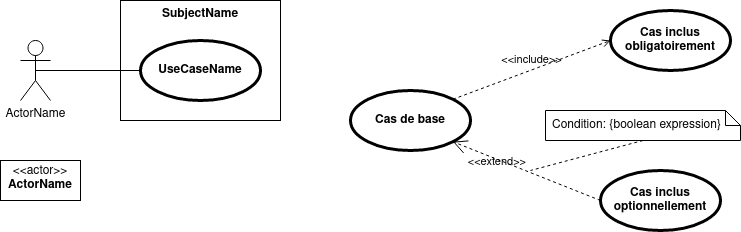
Before: sysml/use_cases.png, a diagram exported from draw.io (Dalker/ISI-mobility). Source tidied: cells renumbered, new cells last; positions are measured from the earlier drawing's top-left corner, leaving out a move shared by most shapes.
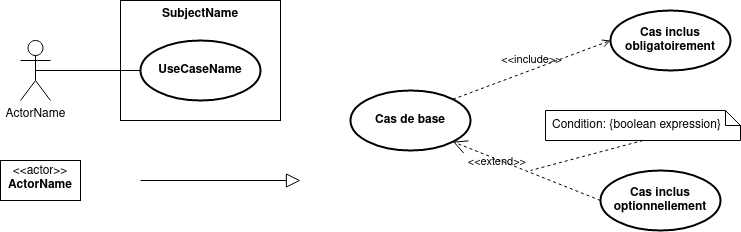
After the commit.

Diff of the diagram source:
```diff
@@ -8,19 +8,19 @@
     <mxCell id="3" value="ActorName" style="shape=umlActor;html=1;verticalLabelPosition=bottom;verticalAlign=top;align=center;" parent="1" vertex="1">
       <mxGeometry x="20" y="40" width="30" height="60" as="geometry" />
     </mxCell>
-    <mxCell id="4" value="UseCaseName" style="shape=ellipse;html=1;strokeWidth=3;fontStyle=1;whiteSpace=wrap;align=center;perimeter=ellipsePerimeter;" parent="1" vertex="1">
+    <mxCell id="4" value="UseCaseName" style="shape=ellipse;html=1;strokeWidth=2;fontStyle=1;whiteSpace=wrap;align=center;perimeter=ellipsePerimeter;" parent="1" vertex="1">
       <mxGeometry x="140" y="40" width="120" height="60" as="geometry" />
     </mxCell>
     <mxCell id="5" value="&lt;p style=&quot;margin:0px;margin-top:4px;text-align:center;&quot;&gt;&amp;lt;&amp;lt;actor&amp;gt;&amp;gt;&lt;br/&gt;&lt;b&gt;ActorName&lt;/b&gt;&lt;/p&gt;" style="shape=rect;html=1;overflow=fill;html=1;whiteSpace=wrap;align=center;" parent="1" vertex="1">
       <mxGeometry y="160" width="80" height="40" as="geometry" />
     </mxCell>
-    <mxCell id="6" value="&lt;div&gt;Cas de base&lt;/div&gt;" style="shape=ellipse;html=1;strokeWidth=3;fontStyle=1;whiteSpace=wrap;align=center;perimeter=ellipsePerimeter;" parent="1" vertex="1">
+    <mxCell id="6" value="&lt;div&gt;Cas de base&lt;/div&gt;" style="shape=ellipse;html=1;strokeWidth=2;fontStyle=1;whiteSpace=wrap;align=center;perimeter=ellipsePerimeter;" parent="1" vertex="1">
       <mxGeometry x="350" y="90" width="120" height="60" as="geometry" />
     </mxCell>
-    <mxCell id="7" value="&lt;div&gt;Cas inclus&lt;/div&gt;&lt;div&gt;obligatoirement&lt;br&gt;&lt;/div&gt;" style="shape=ellipse;html=1;strokeWidth=3;fontStyle=1;whiteSpace=wrap;align=center;perimeter=ellipsePerimeter;" parent="1" vertex="1">
+    <mxCell id="7" value="&lt;div&gt;Cas inclus&lt;/div&gt;&lt;div&gt;obligatoirement&lt;br&gt;&lt;/div&gt;" style="shape=ellipse;html=1;strokeWidth=2;fontStyle=1;whiteSpace=wrap;align=center;perimeter=ellipsePerimeter;" parent="1" vertex="1">
       <mxGeometry x="610" y="10" width="120" height="60" as="geometry" />
     </mxCell>
-    <mxCell id="8" value="&lt;div&gt;Cas inclus&lt;/div&gt;&lt;div&gt;optionnellement&lt;br&gt;&lt;/div&gt;" style="shape=ellipse;html=1;strokeWidth=3;fontStyle=1;whiteSpace=wrap;align=center;perimeter=ellipsePerimeter;" parent="1" vertex="1">
+    <mxCell id="8" value="&lt;div&gt;Cas inclus&lt;/div&gt;&lt;div&gt;optionnellement&lt;br&gt;&lt;/div&gt;" style="shape=ellipse;html=1;strokeWidth=2;fontStyle=1;whiteSpace=wrap;align=center;perimeter=ellipsePerimeter;" parent="1" vertex="1">
       <mxGeometry x="600" y="170" width="120" height="60" as="geometry" />
     </mxCell>
     <mxCell id="9" value="&amp;lt;&amp;lt;include&amp;gt;&amp;gt;" style="edgeStyle=none;html=1;endArrow=open;verticalAlign=bottom;dashed=1;labelBackgroundColor=none;exitX=1;exitY=0;exitDx=0;exitDy=0;entryX=0;entryY=0.5;entryDx=0;entryDy=0;" parent="1" edge="1" source="6" target="7">
@@ -40,5 +40,11 @@
     <mxCell id="13" style="edgeStyle=none;html=1;endArrow=none;verticalAlign=bottom;exitX=0.5;exitY=0.5;exitDx=0;exitDy=0;exitPerimeter=0;entryX=0;entryY=0.5;entryDx=0;entryDy=0;" parent="1" edge="1" source="3" target="4">
       <mxGeometry relative="1" as="geometry" />
     </mxCell>
+    <mxCell id="14" style="edgeStyle=none;html=1;endArrow=block;endFill=0;endSize=12;verticalAlign=bottom;" parent="1" edge="1">
+      <mxGeometry relative="1" as="geometry">
+        <mxPoint x="140" y="180" as="sourcePoint" />
+        <mxPoint x="300" y="180" as="targetPoint" />
+      </mxGeometry>
+    </mxCell>
   </root>
 </mxGraphModel>
```
